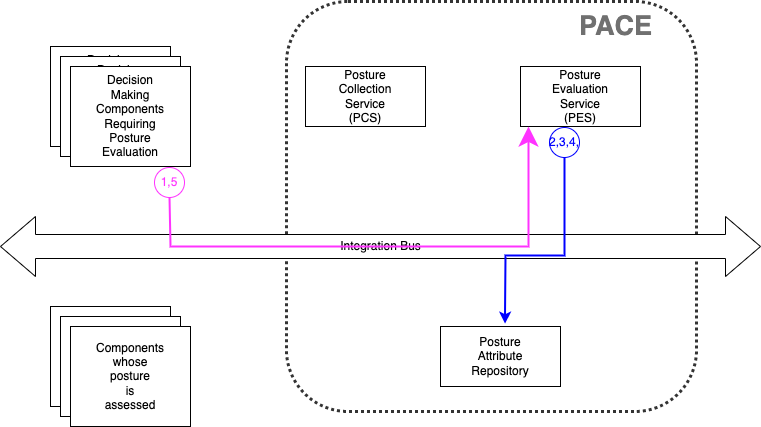
The draw.io diagram docs/Arch/pes_01.png in opencybersecurityalliance/PACE, before a commit. Source tidied: cells renumbered, new cells last; positions are measured from the earlier drawing's top-left corner, leaving out a move shared by most shapes.
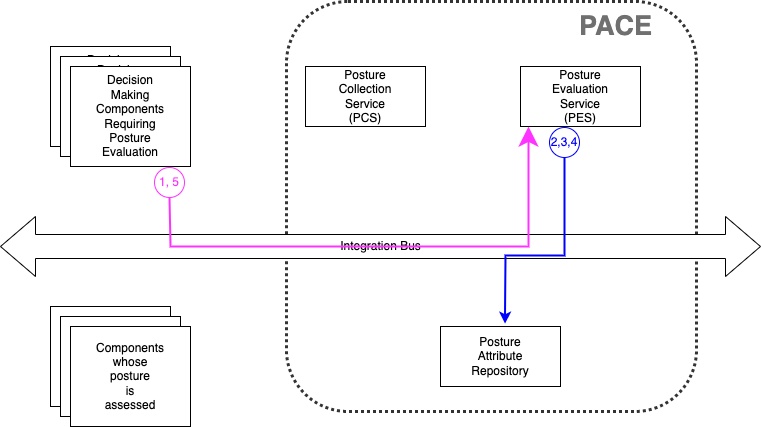
Above is the later version.

Commit message:
change not showing up on github even though png is correct on local????

Change to the diagram source:
```diff
@@ -46,10 +46,10 @@
     <mxCell id="14" value="Components&lt;br&gt;whose&lt;br&gt;posture&lt;br&gt;is&lt;br&gt;assessed" style="rounded=0;whiteSpace=wrap;html=1;" parent="1" vertex="1">
       <mxGeometry x="70" y="325" width="120" height="100" as="geometry" />
     </mxCell>
-    <mxCell id="15" value="&lt;font color=&quot;#ff33ff&quot;&gt;1,5&lt;/font&gt;" style="ellipse;whiteSpace=wrap;html=1;strokeColor=#FF33FF;" parent="1" vertex="1">
+    <mxCell id="15" value="&lt;font color=&quot;#ff33ff&quot;&gt;1, 5&lt;/font&gt;" style="ellipse;whiteSpace=wrap;html=1;strokeColor=#FF33FF;" parent="1" vertex="1">
       <mxGeometry x="154" y="166" width="30" height="30" as="geometry" />
     </mxCell>
-    <mxCell id="16" value="&lt;font color=&quot;#0000ff&quot;&gt;2,3,4,&lt;/font&gt;" style="ellipse;whiteSpace=wrap;html=1;strokeColor=#0000FF;" parent="1" vertex="1">
+    <mxCell id="16" value="&lt;font color=&quot;#0000ff&quot;&gt;2,3,4&lt;/font&gt;" style="ellipse;whiteSpace=wrap;html=1;strokeColor=#0000FF;" parent="1" vertex="1">
       <mxGeometry x="549" y="126" width="30" height="30" as="geometry" />
     </mxCell>
     <mxCell id="17" style="endArrow=none;startArrow=classic;html=1;rounded=0;strokeColor=#0000FF;strokeWidth=2;startFill=1;endSize=14;endFill=0;entryX=0.5;entryY=1;entryDx=0;entryDy=0;exitX=0.538;exitY=-0.047;exitDx=0;exitDy=0;exitPerimeter=0;" parent="1" edge="1" source="6" target="16">
```
